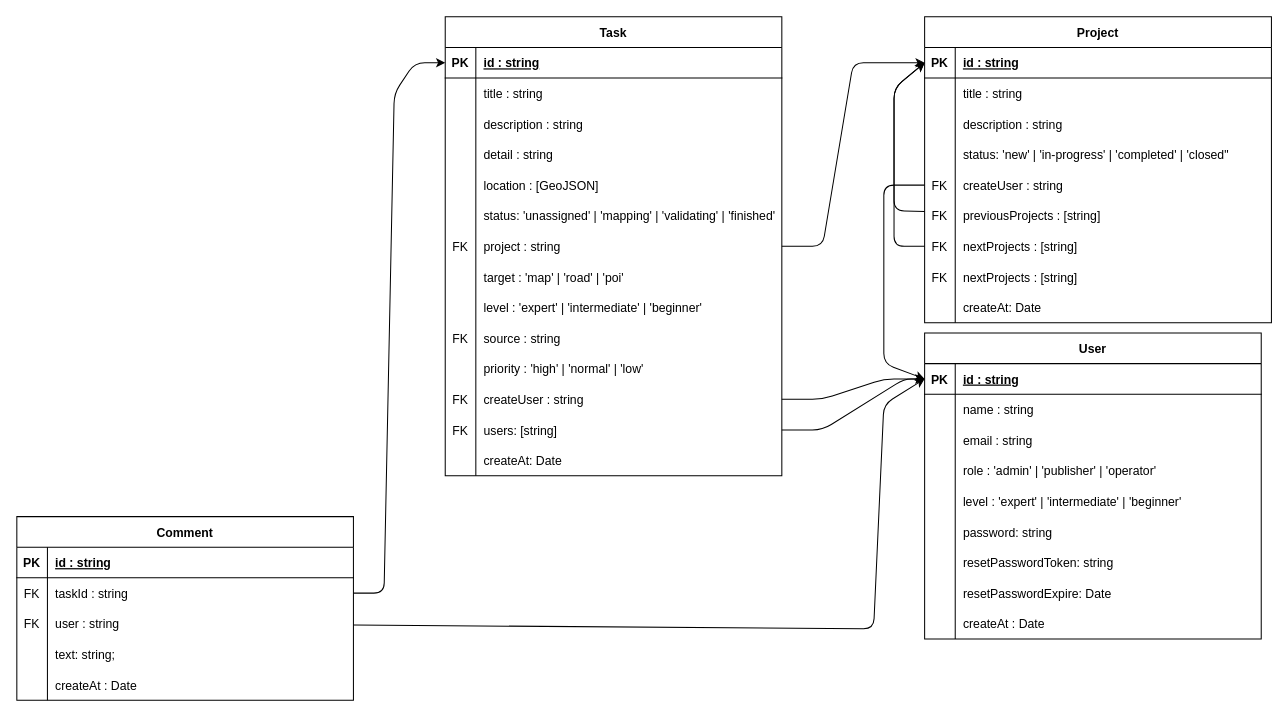
The draw.io diagram doc/db-design.drawio in shomrkm/map-masking-manager, before the edit. Source tidied: cells renumbered, new cells numbered last; positions are measured from the earlier drawing's top-left corner, leaving out a move shared by most shapes. Both pictures are drawn from the tidied source at 102%, with x=0, y=0 at pixel (16, 16).
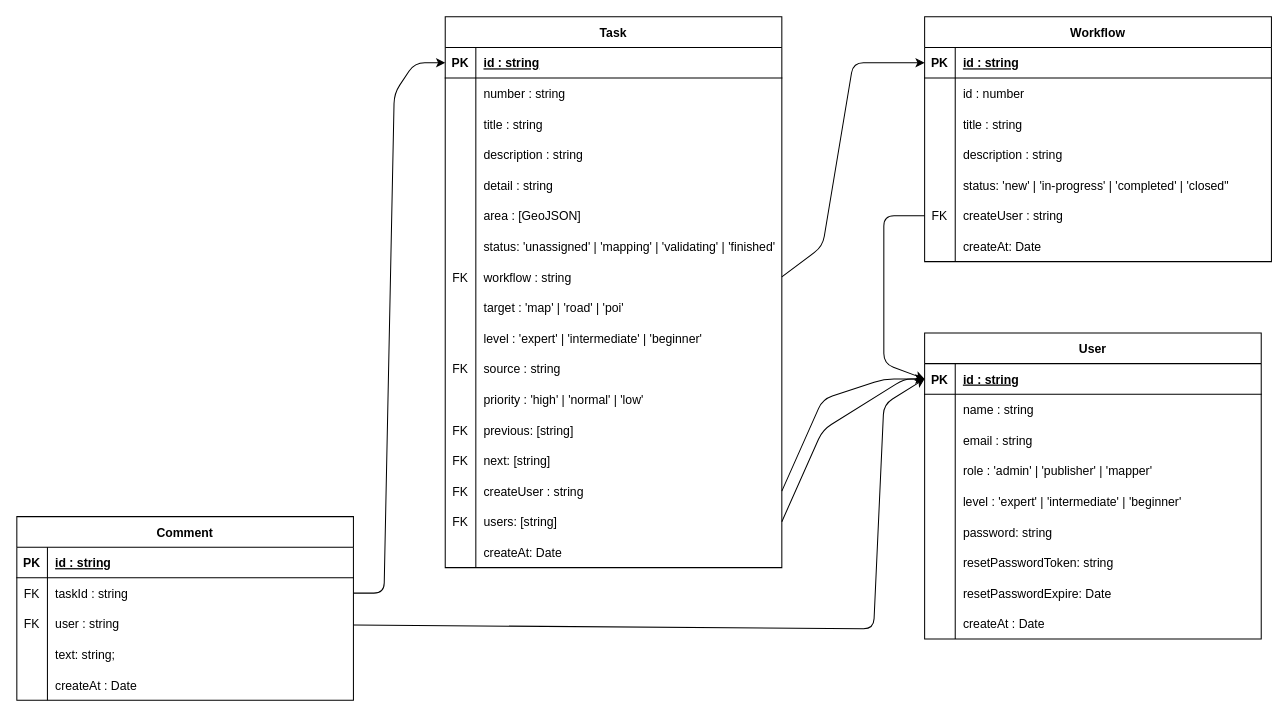
The same diagram, later.

Commit message (it also covers changes not shown here):
feat: Add Workflow model and its sample data.

Unchanged cells that the change refers to:
```xml
<mxCell id="6" style="shape=partialRectangle;fillColor=none;top=0;left=0;bottom=0;right=0;" parent="2" vertex="1">
  <mxGeometry y="60" width="330" height="30" as="geometry" />
</mxCell>
<mxCell id="47" style="shape=partialRectangle;fillColor=none;top=0;left=0;bottom=1;right=0;points=[[0,0.5],[1,0.5]];portConstraint=eastwest;" parent="46" vertex="1">
  <mxGeometry y="30" width="340" height="30" as="geometry" />
</mxCell>
<mxCell id="50" style="shape=partialRectangle;fillColor=none;top=0;left=0;bottom=0;right=0;" parent="46" vertex="1">
  <mxGeometry y="60" width="340" height="30" as="geometry" />
</mxCell>
<mxCell id="77" style="shape=partialRectangle;fillColor=none;top=0;left=0;bottom=1;right=0;points=[[0,0.5],[1,0.5]];portConstraint=eastwest;" parent="76" vertex="1">
  <mxGeometry y="30" width="330" height="30" as="geometry" />
</mxCell>
<mxCell id="86" style="shape=partialRectangle;fillColor=none;top=0;left=0;bottom=0;right=0;" parent="76" vertex="1">
  <mxGeometry y="120" width="330" height="30" as="geometry" />
</mxCell>
```

Change to the diagram source:
```diff
@@
     <mxCell id="2" value="Task" style="shape=table;startSize=30;childLayout=tableLayout;rowLines=0;fontStyle=1;align=center;" parent="1" vertex="1">
-      <mxGeometry x="420" width="330" height="450" as="geometry" />
+      <mxGeometry x="420" width="330" height="540" as="geometry" />
     </mxCell>
@@
-    <mxCell id="8" value="title : string" style="shape=partialRectangle;fillColor=none;top=0;left=0;bottom=0;right=0;align=left;spacingLeft=6;overflow=hidden;" parent="6" vertex="1">
+    <mxCell id="8" value="number : string" style="shape=partialRectangle;fillColor=none;top=0;left=0;bottom=0;right=0;align=left;spacingLeft=6;overflow=hidden;" parent="6" vertex="1">
       <mxGeometry x="30" width="300" height="30" as="geometry" />
     </mxCell>
+    <mxCell id="125" style="shape=partialRectangle;fillColor=none;top=0;left=0;bottom=0;right=0;" parent="2" vertex="1">
+      <mxGeometry y="90" width="330" height="30" as="geometry" />
+    </mxCell>
+    <mxCell id="126" style="shape=partialRectangle;fillColor=none;top=0;left=0;bottom=0;right=0;overflow=hidden;" parent="125" vertex="1">
+      <mxGeometry width="30" height="30" as="geometry" />
+    </mxCell>
+    <mxCell id="127" value="title : string" style="shape=partialRectangle;fillColor=none;top=0;left=0;bottom=0;right=0;align=left;spacingLeft=6;overflow=hidden;" parent="125" vertex="1">
+      <mxGeometry x="30" width="300" height="30" as="geometry" />
+    </mxCell>
     <mxCell id="9" style="shape=partialRectangle;fillColor=none;top=0;left=0;bottom=0;right=0;" parent="2" vertex="1">
-      <mxGeometry y="90" width="330" height="30" as="geometry" />
+      <mxGeometry y="120" width="330" height="30" as="geometry" />
     </mxCell>
@@
     <mxCell id="12" style="shape=partialRectangle;fillColor=none;top=0;left=0;bottom=0;right=0;" parent="2" vertex="1">
-      <mxGeometry y="120" width="330" height="30" as="geometry" />
+      <mxGeometry y="150" width="330" height="30" as="geometry" />
     </mxCell>
@@
     <mxCell id="15" style="shape=partialRectangle;fillColor=none;top=0;left=0;bottom=0;right=0;" parent="2" vertex="1">
-      <mxGeometry y="150" width="330" height="30" as="geometry" />
+      <mxGeometry y="180" width="330" height="30" as="geometry" />
     </mxCell>
@@
-    <mxCell id="17" value="location : [GeoJSON]" style="shape=partialRectangle;fillColor=none;top=0;left=0;bottom=0;right=0;align=left;spacingLeft=6;overflow=hidden;" parent="15" vertex="1">
+    <mxCell id="17" value="area : [GeoJSON]" style="shape=partialRectangle;fillColor=none;top=0;left=0;bottom=0;right=0;align=left;spacingLeft=6;overflow=hidden;" parent="15" vertex="1">
       <mxGeometry x="30" width="300" height="30" as="geometry" />
     </mxCell>
     <mxCell id="18" style="shape=partialRectangle;fillColor=none;top=0;left=0;bottom=0;right=0;" parent="2" vertex="1">
-      <mxGeometry y="180" width="330" height="30" as="geometry" />
+      <mxGeometry y="210" width="330" height="30" as="geometry" />
     </mxCell>
@@
     <mxCell id="21" style="shape=partialRectangle;fillColor=none;top=0;left=0;bottom=0;right=0;points=[[0,0.5],[1,0.5]];portConstraint=eastwest;" parent="2" vertex="1">
-      <mxGeometry y="210" width="330" height="30" as="geometry" />
+      <mxGeometry y="240" width="330" height="30" as="geometry" />
     </mxCell>
@@
-    <mxCell id="23" value="project : string" style="shape=partialRectangle;fillColor=none;top=0;left=0;bottom=0;right=0;align=left;spacingLeft=6;overflow=hidden;" parent="21" vertex="1">
+    <mxCell id="23" value="workflow : string" style="shape=partialRectangle;fillColor=none;top=0;left=0;bottom=0;right=0;align=left;spacingLeft=6;overflow=hidden;" parent="21" vertex="1">
       <mxGeometry x="30" width="300" height="30" as="geometry" />
     </mxCell>
     <mxCell id="24" style="shape=partialRectangle;fillColor=none;top=0;left=0;bottom=0;right=0;" parent="2" vertex="1">
-      <mxGeometry y="240" width="330" height="30" as="geometry" />
+      <mxGeometry y="270" width="330" height="30" as="geometry" />
     </mxCell>
@@
     <mxCell id="27" style="shape=partialRectangle;fillColor=none;top=0;left=0;bottom=0;right=0;" parent="2" vertex="1">
-      <mxGeometry y="270" width="330" height="30" as="geometry" />
+      <mxGeometry y="300" width="330" height="30" as="geometry" />
     </mxCell>
@@
     <mxCell id="30" style="shape=partialRectangle;fillColor=none;top=0;left=0;bottom=0;right=0;" parent="2" vertex="1">
-      <mxGeometry y="300" width="330" height="30" as="geometry" />
+      <mxGeometry y="330" width="330" height="30" as="geometry" />
     </mxCell>
@@
     <mxCell id="33" style="shape=partialRectangle;fillColor=none;top=0;left=0;bottom=0;right=0;" parent="2" vertex="1">
-      <mxGeometry y="330" width="330" height="30" as="geometry" />
+      <mxGeometry y="360" width="330" height="30" as="geometry" />
     </mxCell>
@@
+    <mxCell id="128" style="shape=partialRectangle;fillColor=none;top=0;left=0;bottom=0;right=0;" parent="2" vertex="1">
+      <mxGeometry y="390" width="330" height="30" as="geometry" />
+    </mxCell>
+    <mxCell id="129" value="FK" style="shape=partialRectangle;fillColor=none;top=0;left=0;bottom=0;right=0;overflow=hidden;" parent="128" vertex="1">
+      <mxGeometry width="30" height="30" as="geometry" />
+    </mxCell>
+    <mxCell id="130" value="previous: [string]" style="shape=partialRectangle;fillColor=none;top=0;left=0;bottom=0;right=0;align=left;spacingLeft=6;overflow=hidden;" parent="128" vertex="1">
+      <mxGeometry x="30" width="300" height="30" as="geometry" />
+    </mxCell>
+    <mxCell id="131" style="shape=partialRectangle;fillColor=none;top=0;left=0;bottom=0;right=0;" parent="2" vertex="1">
+      <mxGeometry y="420" width="330" height="30" as="geometry" />
+    </mxCell>
+    <mxCell id="132" value="FK" style="shape=partialRectangle;fillColor=none;top=0;left=0;bottom=0;right=0;overflow=hidden;" parent="131" vertex="1">
+      <mxGeometry width="30" height="30" as="geometry" />
+    </mxCell>
+    <mxCell id="133" value="next: [string]" style="shape=partialRectangle;fillColor=none;top=0;left=0;bottom=0;right=0;align=left;spacingLeft=6;overflow=hidden;" parent="131" vertex="1">
+      <mxGeometry x="30" width="300" height="30" as="geometry" />
+    </mxCell>
     <mxCell id="36" style="shape=partialRectangle;fillColor=none;top=0;left=0;bottom=0;right=0;points=[[0,0.5],[1,0.5]];portConstraint=eastwest;" parent="2" vertex="1">
-      <mxGeometry y="360" width="330" height="30" as="geometry" />
+      <mxGeometry y="450" width="330" height="30" as="geometry" />
     </mxCell>
@@
     <mxCell id="39" style="shape=partialRectangle;fillColor=none;top=0;left=0;bottom=0;right=0;points=[[0,0.5],[1,0.5]];portConstraint=eastwest;" parent="2" vertex="1">
-      <mxGeometry y="390" width="330" height="30" as="geometry" />
+      <mxGeometry y="480" width="330" height="30" as="geometry" />
     </mxCell>
@@
     <mxCell id="42" style="shape=partialRectangle;fillColor=none;top=0;left=0;bottom=0;right=0;" parent="2" vertex="1">
-      <mxGeometry y="420" width="330" height="30" as="geometry" />
+      <mxGeometry y="510" width="330" height="30" as="geometry" />
     </mxCell>
@@
     <mxCell id="45" style="edgeStyle=none;html=1;exitX=0;exitY=0.5;exitDx=0;exitDy=0;entryX=0;entryY=0.5;entryDx=0;entryDy=0;" parent="1" edge="1" source="59" target="77">
       <mxGeometry relative="1" as="geometry">
         <Array as="points">
-          <mxPoint x="850" y="165" />
+          <mxPoint x="850" y="195" />
           <mxPoint x="850" y="340" />
         </Array>
       </mxGeometry>
     </mxCell>
-    <mxCell id="46" value="Project" style="shape=table;startSize=30;childLayout=tableLayout;rowLines=0;fontStyle=1;align=center;" parent="1" vertex="1">
-      <mxGeometry x="890" width="340" height="300" as="geometry" />
+    <mxCell id="46" value="Workflow" style="shape=table;startSize=30;childLayout=tableLayout;rowLines=0;fontStyle=1;align=center;" parent="1" vertex="1">
+      <mxGeometry x="890" width="340" height="240" as="geometry" />
     </mxCell>
@@
-    <mxCell id="52" value="title : string" style="shape=partialRectangle;fillColor=none;top=0;left=0;bottom=0;right=0;align=left;spacingLeft=6;overflow=hidden;" parent="50" vertex="1">
+    <mxCell id="52" value="id : number" style="shape=partialRectangle;fillColor=none;top=0;left=0;bottom=0;right=0;align=left;spacingLeft=6;overflow=hidden;" parent="50" vertex="1">
       <mxGeometry x="30" width="310" height="30" as="geometry" />
     </mxCell>
+    <mxCell id="134" style="shape=partialRectangle;fillColor=none;top=0;left=0;bottom=0;right=0;" parent="46" vertex="1">
+      <mxGeometry y="90" width="340" height="30" as="geometry" />
+    </mxCell>
+    <mxCell id="135" style="shape=partialRectangle;fillColor=none;top=0;left=0;bottom=0;right=0;overflow=hidden;" parent="134" vertex="1">
+      <mxGeometry width="30" height="30" as="geometry" />
+    </mxCell>
+    <mxCell id="136" value="title : string" style="shape=partialRectangle;fillColor=none;top=0;left=0;bottom=0;right=0;align=left;spacingLeft=6;overflow=hidden;" parent="134" vertex="1">
+      <mxGeometry x="30" width="310" height="30" as="geometry" />
+    </mxCell>
     <mxCell id="53" style="shape=partialRectangle;fillColor=none;top=0;left=0;bottom=0;right=0;" parent="46" vertex="1">
-      <mxGeometry y="90" width="340" height="30" as="geometry" />
+      <mxGeometry y="120" width="340" height="30" as="geometry" />
     </mxCell>
@@
     <mxCell id="56" style="shape=partialRectangle;fillColor=none;top=0;left=0;bottom=0;right=0;" parent="46" vertex="1">
-      <mxGeometry y="120" width="340" height="30" as="geometry" />
+      <mxGeometry y="150" width="340" height="30" as="geometry" />
     </mxCell>
@@
     <mxCell id="59" style="shape=partialRectangle;fillColor=none;top=0;left=0;bottom=0;right=0;points=[[0,0.5],[1,0.5]];portConstraint=eastwest;" parent="46" vertex="1">
-      <mxGeometry y="150" width="340" height="30" as="geometry" />
+      <mxGeometry y="180" width="340" height="30" as="geometry" />
     </mxCell>
@@
-    <mxCell id="62" style="shape=partialRectangle;fillColor=none;top=0;left=0;bottom=0;right=0;points=[[0,0.5],[1,0.5]];portConstraint=eastwest;" parent="46" vertex="1">
-      <mxGeometry y="180" width="340" height="30" as="geometry" />
-    </mxCell>
-    <mxCell id="63" value="FK" style="shape=partialRectangle;fillColor=none;top=0;left=0;bottom=0;right=0;overflow=hidden;" parent="62" vertex="1">
-      <mxGeometry width="30" height="30" as="geometry" />
-    </mxCell>
-    <mxCell id="64" value="previousProjects : [string]" style="shape=partialRectangle;fillColor=none;top=0;left=0;bottom=0;right=0;align=left;spacingLeft=6;overflow=hidden;" parent="62" vertex="1">
-      <mxGeometry x="30" width="310" height="30" as="geometry" />
-    </mxCell>
-    <mxCell id="65" style="shape=partialRectangle;fillColor=none;top=0;left=0;bottom=0;right=0;points=[[0,0.5],[1,0.5]];portConstraint=eastwest;" parent="46" vertex="1">
-      <mxGeometry y="210" width="340" height="30" as="geometry" />
-    </mxCell>
-    <mxCell id="66" value="FK" style="shape=partialRectangle;fillColor=none;top=0;left=0;bottom=0;right=0;overflow=hidden;" parent="65" vertex="1">
-      <mxGeometry width="30" height="30" as="geometry" />
-    </mxCell>
-    <mxCell id="67" value="nextProjects : [string]" style="shape=partialRectangle;fillColor=none;top=0;left=0;bottom=0;right=0;align=left;spacingLeft=6;overflow=hidden;" parent="65" vertex="1">
-      <mxGeometry x="30" width="310" height="30" as="geometry" />
-    </mxCell>
-    <mxCell id="68" style="shape=partialRectangle;fillColor=none;top=0;left=0;bottom=0;right=0;" parent="46" vertex="1">
-      <mxGeometry y="240" width="340" height="30" as="geometry" />
-    </mxCell>
-    <mxCell id="69" value="FK" style="shape=partialRectangle;fillColor=none;top=0;left=0;bottom=0;right=0;overflow=hidden;" parent="68" vertex="1">
-      <mxGeometry width="30" height="30" as="geometry" />
-    </mxCell>
-    <mxCell id="70" value="nextProjects : [string]" style="shape=partialRectangle;fillColor=none;top=0;left=0;bottom=0;right=0;align=left;spacingLeft=6;overflow=hidden;" parent="68" vertex="1">
-      <mxGeometry x="30" width="310" height="30" as="geometry" />
-    </mxCell>
     <mxCell id="71" style="shape=partialRectangle;fillColor=none;top=0;left=0;bottom=0;right=0;" parent="46" vertex="1">
-      <mxGeometry y="270" width="340" height="30" as="geometry" />
+      <mxGeometry y="210" width="340" height="30" as="geometry" />
     </mxCell>
@@
-    <mxCell id="74" style="edgeStyle=none;html=1;entryX=0;entryY=0.5;entryDx=0;entryDy=0;" parent="46" edge="1" source="62" target="47">
-      <mxGeometry relative="1" as="geometry">
-        <Array as="points">
-          <mxPoint x="-30" y="190" />
-          <mxPoint x="-30" y="70" />
-        </Array>
-      </mxGeometry>
-    </mxCell>
-    <mxCell id="75" style="edgeStyle=none;html=1;exitX=0;exitY=0.5;exitDx=0;exitDy=0;entryX=0;entryY=0.5;entryDx=0;entryDy=0;" parent="46" edge="1" source="65" target="47">
-      <mxGeometry relative="1" as="geometry">
-        <Array as="points">
-          <mxPoint x="-30" y="225" />
-          <mxPoint x="-30" y="70" />
-        </Array>
-      </mxGeometry>
-    </mxCell>
@@
-    <mxCell id="88" value="role : 'admin' | 'publisher' | 'operator'" style="shape=partialRectangle;fillColor=none;top=0;left=0;bottom=0;right=0;align=left;spacingLeft=6;overflow=hidden;" parent="86" vertex="1">
+    <mxCell id="88" value="role : 'admin' | 'publisher' | 'mapper'" style="shape=partialRectangle;fillColor=none;top=0;left=0;bottom=0;right=0;align=left;spacingLeft=6;overflow=hidden;" parent="86" vertex="1">
       <mxGeometry x="30" width="300" height="30" as="geometry" />
     </mxCell>
```
